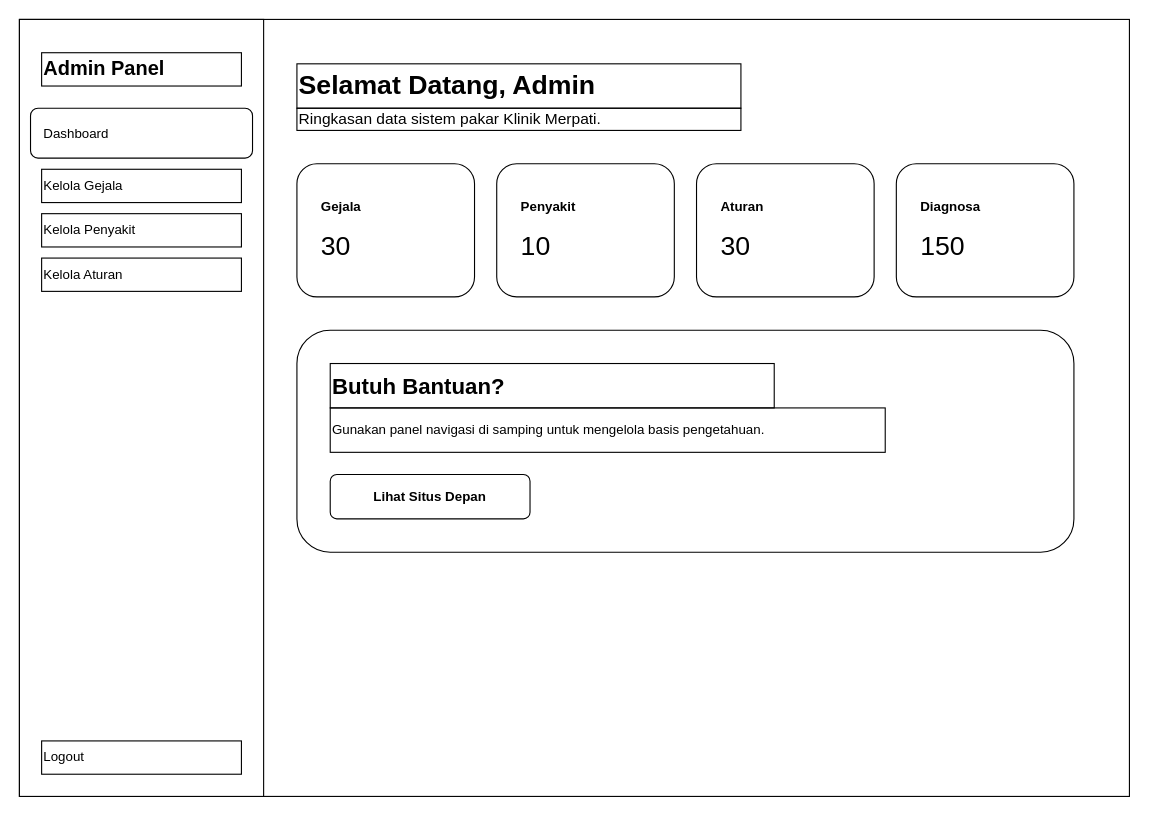
This is diagram/desain/admin_dashboard.drawio from Jinsky/Jinsky, a draw.io file, before an edit. Source tidied: cells renumbered, new cells numbered last; positions are measured from the earlier drawing's top-left corner, leaving out a move shared by most shapes. Both pictures are drawn from the tidied source at 111%, with x=0, y=0 at pixel (19, 19).
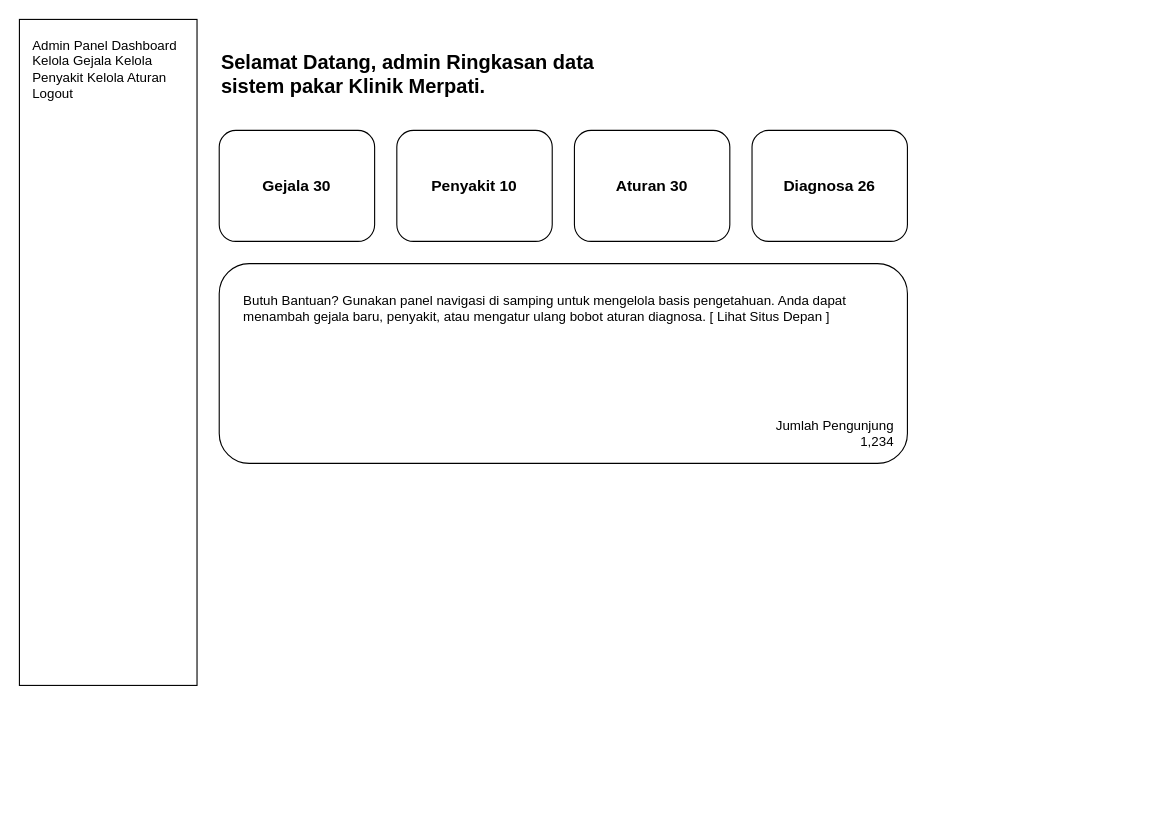
The same page after the edit.

What changed in the source:
```diff
@@
 <mxGraphModel>
   <root>
     <mxCell id="0" />
     <mxCell id="1" parent="0" />
-    <mxCell id="2" style="rounded=0;whiteSpace=wrap;html=1;fillColor=#ffffff;strokeColor=#000000;fontColor=#000000;" parent="1" vertex="1">
-      <mxGeometry width="1000" height="700" as="geometry" />
-    </mxCell>
-    <mxCell id="3" style="rounded=0;whiteSpace=wrap;html=1;fillColor=#ffffff;strokeColor=#000000;fontColor=#000000;" parent="1" vertex="1">
-      <mxGeometry width="220" height="700" as="geometry" />
+    <mxCell id="3" value="Admin Panel  Dashboard Kelola Gejala Kelola Penyakit Kelola Aturan   Logout" style="rounded=0;whiteSpace=wrap;html=1;fillColor=none;strokeColor=#000000;align=left;verticalAlign=top;spacingLeft=10;spacingTop=10;" parent="1" vertex="1">
+      <mxGeometry width="160" height="600" as="geometry" />
     </mxCell>
-    <mxCell id="4" value="&lt;b&gt;&lt;font style=&quot;color: #000000;&quot;&gt;Admin Panel&lt;/font&gt;&lt;/b&gt;" style="text;html=1;strokeColor=#000000;fillColor=none;align=left;verticalAlign=middle;whiteSpace=wrap;rounded=0;fontColor=#000000;fontSize=18;italic=1;" parent="1" vertex="1">
-      <mxGeometry x="20" y="30" width="180" height="30" as="geometry" />
-    </mxCell>
-    <mxCell id="5" value="Dashboard" style="rounded=1;whiteSpace=wrap;html=1;fillColor=#ffffff;fontColor=#000000;strokeColor=#000000;align=left;spacingLeft=10;" parent="1" vertex="1">
-      <mxGeometry x="10" y="80" width="200" height="45" as="geometry" />
-    </mxCell>
-    <mxCell id="6" value="Kelola Gejala" style="text;html=1;strokeColor=#000000;fillColor=none;align=left;verticalAlign=middle;whiteSpace=wrap;rounded=0;fontColor=#000000;" parent="1" vertex="1">
-      <mxGeometry x="20" y="135" width="180" height="30" as="geometry" />
-    </mxCell>
-    <mxCell id="7" value="Kelola Penyakit" style="text;html=1;strokeColor=#000000;fillColor=none;align=left;verticalAlign=middle;whiteSpace=wrap;rounded=0;fontColor=#000000;" parent="1" vertex="1">
-      <mxGeometry x="20" y="175" width="180" height="30" as="geometry" />
-    </mxCell>
-    <mxCell id="8" value="Kelola Aturan" style="text;html=1;strokeColor=#000000;fillColor=none;align=left;verticalAlign=middle;whiteSpace=wrap;rounded=0;fontColor=#000000;" parent="1" vertex="1">
-      <mxGeometry x="20" y="215" width="180" height="30" as="geometry" />
-    </mxCell>
-    <mxCell id="9" value="Logout" style="text;html=1;strokeColor=#000000;fillColor=none;align=left;verticalAlign=middle;whiteSpace=wrap;rounded=0;fontColor=#000000;fontSize=12;" parent="1" vertex="1">
-      <mxGeometry x="20" y="650" width="180" height="30" as="geometry" />
-    </mxCell>
-    <mxCell id="10" value="&lt;b&gt;Selamat Datang, Admin&lt;/b&gt;" style="text;html=1;strokeColor=#000000;fillColor=none;align=left;verticalAlign=middle;whiteSpace=wrap;rounded=0;fontSize=24;fontColor=#000000;" parent="1" vertex="1">
-      <mxGeometry x="250" y="40" width="400" height="40" as="geometry" />
-    </mxCell>
-    <mxCell id="11" value="Ringkasan data sistem pakar Klinik Merpati." style="text;html=1;strokeColor=#000000;fillColor=none;align=left;verticalAlign=middle;whiteSpace=wrap;rounded=0;fontSize=14;fontColor=#000000;" parent="1" vertex="1">
-      <mxGeometry x="250" y="80" width="400" height="20" as="geometry" />
-    </mxCell>
+    <mxCell id="20" value="Selamat Datang, admin Ringkasan data sistem pakar Klinik Merpati." style="text;html=1;strokeColor=none;fillColor=none;align=left;verticalAlign=middle;whiteSpace=wrap;rounded=0;fontStyle=1;fontSize=18;" parent="1" vertex="1">
+      <mxGeometry x="180" y="20" width="400" height="60" as="geometry" />
+    </mxCell>
-    <mxCell id="12" value="&lt;b&gt;Gejala&lt;/b&gt;&lt;br/&gt;&lt;br/&gt;&lt;font style='font-size: 24px'&gt;30&lt;/font&gt;" style="rounded=1;whiteSpace=wrap;html=1;fillColor=#ffffff;strokeColor=#000000;align=left;spacingLeft=20;fontColor=#000000;" parent="1" vertex="1">
-      <mxGeometry x="250" y="130" width="160" height="120" as="geometry" />
+    <mxCell id="12" value="Gejala 30" style="rounded=1;whiteSpace=wrap;html=1;fillColor=none;strokeColor=#000000;fontSize=14;fontStyle=1;" parent="1" vertex="1">
+      <mxGeometry x="180" y="100" width="140" height="100" as="geometry" />
     </mxCell>
-    <mxCell id="13" value="&lt;b&gt;Penyakit&lt;/b&gt;&lt;br/&gt;&lt;br/&gt;&lt;font style='font-size: 24px'&gt;10&lt;/font&gt;" style="rounded=1;whiteSpace=wrap;html=1;fillColor=#ffffff;strokeColor=#000000;align=left;spacingLeft=20;fontColor=#000000;" parent="1" vertex="1">
-      <mxGeometry x="430" y="130" width="160" height="120" as="geometry" />
+    <mxCell id="13" value="Penyakit 10" style="rounded=1;whiteSpace=wrap;html=1;fillColor=none;strokeColor=#000000;fontSize=14;fontStyle=1;" parent="1" vertex="1">
+      <mxGeometry x="340" y="100" width="140" height="100" as="geometry" />
     </mxCell>
-    <mxCell id="14" value="&lt;b&gt;Aturan&lt;/b&gt;&lt;br/&gt;&lt;br/&gt;&lt;font style='font-size: 24px'&gt;30&lt;/font&gt;" style="rounded=1;whiteSpace=wrap;html=1;fillColor=#ffffff;strokeColor=#000000;align=left;spacingLeft=20;fontColor=#000000;" parent="1" vertex="1">
-      <mxGeometry x="610" y="130" width="160" height="120" as="geometry" />
+    <mxCell id="14" value="Aturan 30" style="rounded=1;whiteSpace=wrap;html=1;fillColor=none;strokeColor=#000000;fontSize=14;fontStyle=1;" parent="1" vertex="1">
+      <mxGeometry x="500" y="100" width="140" height="100" as="geometry" />
     </mxCell>
-    <mxCell id="15" value="&lt;b&gt;Diagnosa&lt;/b&gt;&lt;br/&gt;&lt;br/&gt;&lt;font style='font-size: 24px'&gt;150&lt;/font&gt;" style="rounded=1;whiteSpace=wrap;html=1;fillColor=#ffffff;strokeColor=#000000;align=left;spacingLeft=20;fontColor=#000000;" parent="1" vertex="1">
-      <mxGeometry x="790" y="130" width="160" height="120" as="geometry" />
-    </mxCell>
-    <mxCell id="16" style="rounded=1;whiteSpace=wrap;html=1;fillColor=#ffffff;strokeColor=#000000;fontColor=#000000;" parent="1" vertex="1">
-      <mxGeometry x="250" y="280" width="700" height="200" as="geometry" />
-    </mxCell>
-    <mxCell id="17" value="&lt;b&gt;&lt;font style=&quot;color: #000000;&quot;&gt;Butuh Bantuan?&lt;/font&gt;&lt;/b&gt;" style="text;html=1;strokeColor=#000000;fillColor=none;align=left;verticalAlign=middle;whiteSpace=wrap;rounded=0;fontColor=#000000;fontSize=20;" parent="1" vertex="1">
-      <mxGeometry x="280" y="310" width="400" height="40" as="geometry" />
-    </mxCell>
-    <mxCell id="18" value="Gunakan panel navigasi di samping untuk mengelola basis pengetahuan." style="text;html=1;strokeColor=#000000;fillColor=none;align=left;verticalAlign=middle;whiteSpace=wrap;rounded=0;fontColor=#000000;" parent="1" vertex="1">
-      <mxGeometry x="280" y="350" width="500" height="40" as="geometry" />
-    </mxCell>
-    <mxCell id="19" value="Lihat Situs Depan" style="rounded=1;whiteSpace=wrap;html=1;fillColor=#ffffff;fontColor=#000000;fontStyle=1;strokeColor=#000000;" parent="1" vertex="1">
-      <mxGeometry x="280" y="410" width="180" height="40" as="geometry" />
-    </mxCell>
+    <mxCell id="21" value="Diagnosa 26" style="rounded=1;whiteSpace=wrap;html=1;fillColor=none;strokeColor=#000000;fontSize=14;fontStyle=1;" parent="1" vertex="1">
+      <mxGeometry x="660" y="100" width="140" height="100" as="geometry" />
+    </mxCell>
+    <mxCell id="22" value="Butuh Bantuan?  Gunakan panel navigasi di samping untuk mengelola basis pengetahuan. Anda dapat menambah gejala baru, penyakit, atau mengatur ulang bobot aturan diagnosa.  [ Lihat Situs Depan ]" style="rounded=1;whiteSpace=wrap;html=1;fillColor=none;strokeColor=#000000;align=left;verticalAlign=top;spacingLeft=20;spacingTop=20;" parent="1" vertex="1">
+      <mxGeometry x="180" y="220" width="620" height="180" as="geometry" />
+    </mxCell>
+    <mxCell id="23" value="Jumlah Pengunjung 1,234" style="text;html=1;strokeColor=none;fillColor=none;align=right;verticalAlign=bottom;whiteSpace=wrap;rounded=0;fontSize=12;" parent="1" vertex="1">
+      <mxGeometry x="650" y="350" width="140" height="40" as="geometry" />
+    </mxCell>
   </root>
 </mxGraphModel>
```
